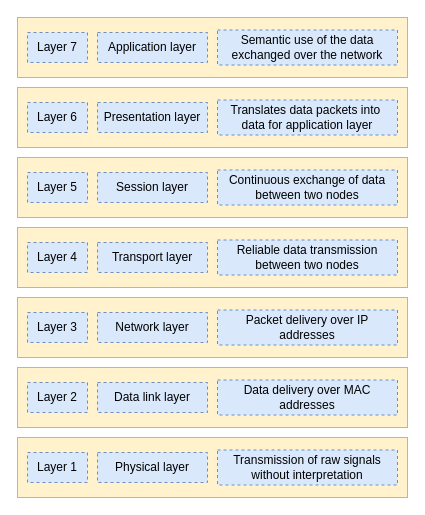
abunuwas/api-sec-book-imgs keeps this draw.io diagram as page "9.13" (13 of 20) of ch09.drawio. Above is the earlier version. Source tidied: cells renumbered, new cells numbered last; positions are measured from the earlier drawing's top-left corner, leaving out a move shared by most shapes. Both pictures are drawn from the tidied source at 100%, with x=0, y=0 at pixel (17, 17).
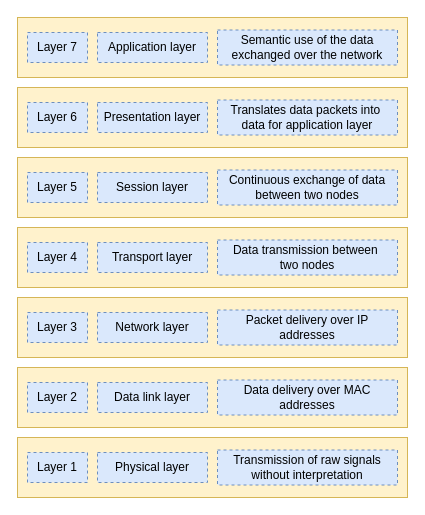
Above is the later version.

Change to the diagram source:
```diff
@@
-    <mxCell id="16" value="Reliable data transmission between two nodes" style="text;html=1;align=center;verticalAlign=middle;whiteSpace=wrap;rounded=0;strokeColor=#6c8ebf;dashed=1;fillColor=#dae8fc;" parent="1" vertex="1">
+    <mxCell id="16" value="Data transmission between&amp;nbsp;&lt;div&gt;two nodes&lt;/div&gt;" style="text;html=1;align=center;verticalAlign=middle;whiteSpace=wrap;rounded=0;strokeColor=#6c8ebf;dashed=1;fillColor=#dae8fc;" parent="1" vertex="1">
       <mxGeometry x="200" y="222.5" width="180" height="35" as="geometry" />
     </mxCell>
```
